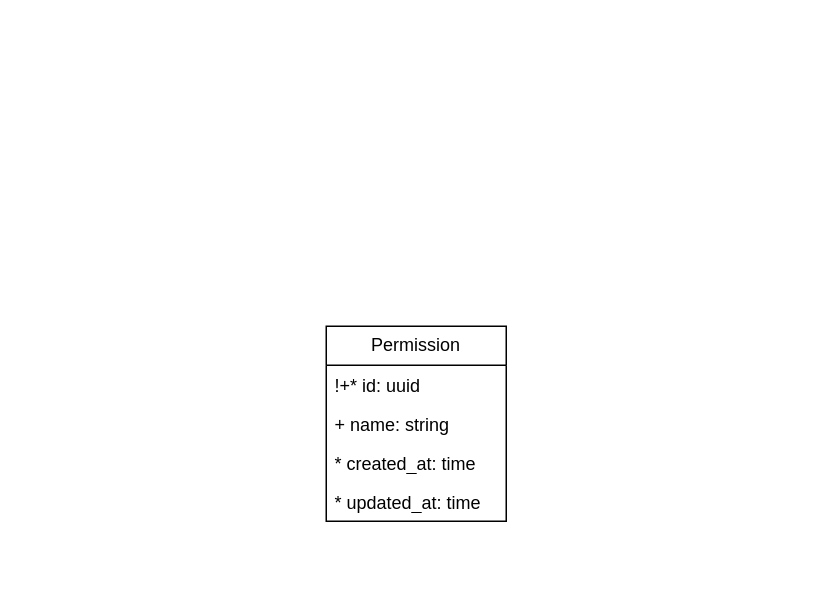
IrusHunter/duckademic keeps this draw.io diagram as page "Auth" (11 of 11) of docs/entity_relationship.drawio. Above is the earlier version. Source tidied: cells renumbered, new cells numbered last; positions are measured from the earlier drawing's top-left corner, leaving out a move shared by most shapes. Both pictures are drawn from the tidied source at 150%, with x=0, y=0 at pixel (326, 326).
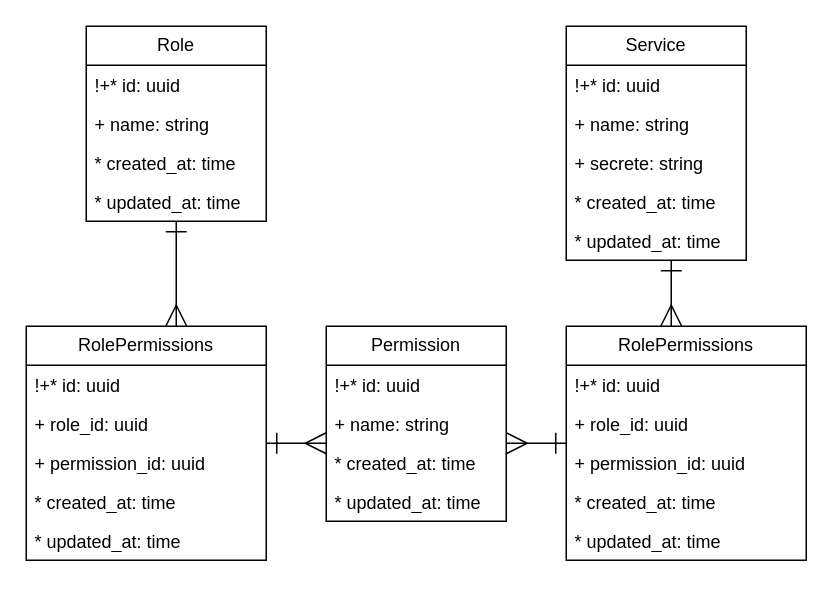
The same page after the edit.

Unchanged cells that the change refers to:
```xml
<mxCell id="2" value="Permission" style="swimlane;fontStyle=0;horizontal=1;startSize=26;fillColor=none;whiteSpace=wrap;html=1;" parent="1" vertex="1">
  <mxGeometry width="120" height="130" as="geometry" />
</mxCell>
```

The edit, as a diff of the source:
```diff
@@
+    <mxCell id="7" value="Service" style="swimlane;fontStyle=0;horizontal=1;startSize=26;fillColor=none;whiteSpace=wrap;html=1;" parent="1" vertex="1">
+      <mxGeometry x="160" y="-200" width="120" height="156" as="geometry" />
+    </mxCell>
+    <mxCell id="8" value="!+* id: uuid" style="text;strokeColor=none;fillColor=none;align=left;verticalAlign=top;spacingLeft=4;spacingRight=4;overflow=hidden;whiteSpace=wrap;html=1;" parent="7" vertex="1">
+      <mxGeometry y="26" width="120" height="26" as="geometry" />
+    </mxCell>
+    <mxCell id="9" value="+ name: string" style="text;strokeColor=none;fillColor=none;align=left;verticalAlign=top;spacingLeft=4;spacingRight=4;overflow=hidden;whiteSpace=wrap;html=1;" parent="7" vertex="1">
+      <mxGeometry y="52" width="120" height="26" as="geometry" />
+    </mxCell>
+    <mxCell id="10" value="+ secrete: string" style="text;strokeColor=none;fillColor=none;align=left;verticalAlign=top;spacingLeft=4;spacingRight=4;overflow=hidden;whiteSpace=wrap;html=1;" parent="7" vertex="1">
+      <mxGeometry y="78" width="120" height="26" as="geometry" />
+    </mxCell>
+    <mxCell id="11" value="* created_at: time" style="text;strokeColor=none;fillColor=none;align=left;verticalAlign=top;spacingLeft=4;spacingRight=4;overflow=hidden;whiteSpace=wrap;html=1;" parent="7" vertex="1">
+      <mxGeometry y="104" width="120" height="26" as="geometry" />
+    </mxCell>
+    <mxCell id="12" value="* updated_at: time" style="text;strokeColor=none;fillColor=none;align=left;verticalAlign=top;spacingLeft=4;spacingRight=4;overflow=hidden;whiteSpace=wrap;html=1;" parent="7" vertex="1">
+      <mxGeometry y="130" width="120" height="26" as="geometry" />
+    </mxCell>
+    <mxCell id="13" value="Role" style="swimlane;fontStyle=0;horizontal=1;startSize=26;fillColor=none;whiteSpace=wrap;html=1;" parent="1" vertex="1">
+      <mxGeometry x="-160" y="-200" width="120" height="130" as="geometry" />
+    </mxCell>
+    <mxCell id="14" value="!+* id: uuid" style="text;strokeColor=none;fillColor=none;align=left;verticalAlign=top;spacingLeft=4;spacingRight=4;overflow=hidden;whiteSpace=wrap;html=1;" parent="13" vertex="1">
+      <mxGeometry y="26" width="120" height="26" as="geometry" />
+    </mxCell>
+    <mxCell id="15" value="+ name: string" style="text;strokeColor=none;fillColor=none;align=left;verticalAlign=top;spacingLeft=4;spacingRight=4;overflow=hidden;whiteSpace=wrap;html=1;" parent="13" vertex="1">
+      <mxGeometry y="52" width="120" height="26" as="geometry" />
+    </mxCell>
+    <mxCell id="16" value="* created_at: time" style="text;strokeColor=none;fillColor=none;align=left;verticalAlign=top;spacingLeft=4;spacingRight=4;overflow=hidden;whiteSpace=wrap;html=1;" parent="13" vertex="1">
+      <mxGeometry y="78" width="120" height="26" as="geometry" />
+    </mxCell>
+    <mxCell id="17" value="* updated_at: time" style="text;strokeColor=none;fillColor=none;align=left;verticalAlign=top;spacingLeft=4;spacingRight=4;overflow=hidden;whiteSpace=wrap;html=1;" parent="13" vertex="1">
+      <mxGeometry y="104" width="120" height="26" as="geometry" />
+    </mxCell>
+    <mxCell id="18" value="RolePermissions" style="swimlane;fontStyle=0;horizontal=1;startSize=26;fillColor=none;whiteSpace=wrap;html=1;" parent="1" vertex="1">
+      <mxGeometry x="-200" width="160" height="156" as="geometry" />
+    </mxCell>
+    <mxCell id="19" value="!+* id: uuid" style="text;strokeColor=none;fillColor=none;align=left;verticalAlign=top;spacingLeft=4;spacingRight=4;overflow=hidden;whiteSpace=wrap;html=1;" parent="18" vertex="1">
+      <mxGeometry y="26" width="160" height="26" as="geometry" />
+    </mxCell>
+    <mxCell id="20" value="+ role_id: uuid" style="text;strokeColor=none;fillColor=none;align=left;verticalAlign=top;spacingLeft=4;spacingRight=4;overflow=hidden;whiteSpace=wrap;html=1;" parent="18" vertex="1">
+      <mxGeometry y="52" width="160" height="26" as="geometry" />
+    </mxCell>
+    <mxCell id="21" value="+ permission_id: uuid" style="text;strokeColor=none;fillColor=none;align=left;verticalAlign=top;spacingLeft=4;spacingRight=4;overflow=hidden;whiteSpace=wrap;html=1;" parent="18" vertex="1">
+      <mxGeometry y="78" width="160" height="26" as="geometry" />
+    </mxCell>
+    <mxCell id="22" value="* created_at: time" style="text;strokeColor=none;fillColor=none;align=left;verticalAlign=top;spacingLeft=4;spacingRight=4;overflow=hidden;whiteSpace=wrap;html=1;" parent="18" vertex="1">
+      <mxGeometry y="104" width="160" height="26" as="geometry" />
+    </mxCell>
+    <mxCell id="23" value="* updated_at: time" style="text;strokeColor=none;fillColor=none;align=left;verticalAlign=top;spacingLeft=4;spacingRight=4;overflow=hidden;whiteSpace=wrap;html=1;" parent="18" vertex="1">
+      <mxGeometry y="130" width="160" height="26" as="geometry" />
+    </mxCell>
+    <mxCell id="24" value="RolePermissions" style="swimlane;fontStyle=0;horizontal=1;startSize=26;fillColor=none;whiteSpace=wrap;html=1;" parent="1" vertex="1">
+      <mxGeometry x="160" width="160" height="156" as="geometry" />
+    </mxCell>
+    <mxCell id="25" value="!+* id: uuid" style="text;strokeColor=none;fillColor=none;align=left;verticalAlign=top;spacingLeft=4;spacingRight=4;overflow=hidden;whiteSpace=wrap;html=1;" parent="24" vertex="1">
+      <mxGeometry y="26" width="160" height="26" as="geometry" />
+    </mxCell>
+    <mxCell id="26" value="+ role_id: uuid" style="text;strokeColor=none;fillColor=none;align=left;verticalAlign=top;spacingLeft=4;spacingRight=4;overflow=hidden;whiteSpace=wrap;html=1;" parent="24" vertex="1">
+      <mxGeometry y="52" width="160" height="26" as="geometry" />
+    </mxCell>
+    <mxCell id="27" value="+ permission_id: uuid" style="text;strokeColor=none;fillColor=none;align=left;verticalAlign=top;spacingLeft=4;spacingRight=4;overflow=hidden;whiteSpace=wrap;html=1;" parent="24" vertex="1">
+      <mxGeometry y="78" width="160" height="26" as="geometry" />
+    </mxCell>
+    <mxCell id="28" value="* created_at: time" style="text;strokeColor=none;fillColor=none;align=left;verticalAlign=top;spacingLeft=4;spacingRight=4;overflow=hidden;whiteSpace=wrap;html=1;" parent="24" vertex="1">
+      <mxGeometry y="104" width="160" height="26" as="geometry" />
+    </mxCell>
+    <mxCell id="29" value="* updated_at: time" style="text;strokeColor=none;fillColor=none;align=left;verticalAlign=top;spacingLeft=4;spacingRight=4;overflow=hidden;whiteSpace=wrap;html=1;" parent="24" vertex="1">
+      <mxGeometry y="130" width="160" height="26" as="geometry" />
+    </mxCell>
+    <mxCell id="30" style="edgeStyle=orthogonalEdgeStyle;html=1;startArrow=ERone;startFill=0;endArrow=ERmany;endFill=0;endSize=12;startSize=12;strokeWidth=1;rounded=0;curved=0;jumpStyle=line;" parent="1" edge="1" source="13" target="18">
+      <mxGeometry relative="1" as="geometry">
+        <Array as="points">
+          <mxPoint x="-100" y="-20" />
+          <mxPoint x="-100" y="-20" />
+        </Array>
+      </mxGeometry>
+    </mxCell>
+    <mxCell id="31" style="edgeStyle=orthogonalEdgeStyle;html=1;startArrow=ERone;startFill=0;endArrow=ERmany;endFill=0;endSize=12;startSize=12;strokeWidth=1;rounded=0;curved=0;jumpStyle=line;" parent="1" edge="1" source="7" target="24">
+      <mxGeometry relative="1" as="geometry">
+        <Array as="points">
+          <mxPoint x="230" y="-10" />
+          <mxPoint x="230" y="-10" />
+        </Array>
+      </mxGeometry>
+    </mxCell>
+    <mxCell id="32" style="edgeStyle=orthogonalEdgeStyle;html=1;startArrow=ERmany;startFill=0;endArrow=ERone;endFill=0;endSize=12;startSize=12;strokeWidth=1;rounded=0;curved=0;jumpStyle=line;" parent="1" edge="1" source="2" target="18">
+      <mxGeometry relative="1" as="geometry">
+        <Array as="points">
+          <mxPoint x="-10" y="78" />
+          <mxPoint x="-10" y="78" />
+        </Array>
+      </mxGeometry>
+    </mxCell>
+    <mxCell id="33" style="edgeStyle=orthogonalEdgeStyle;html=1;startArrow=ERone;startFill=0;endArrow=ERmany;endFill=0;endSize=12;startSize=12;strokeWidth=1;rounded=0;curved=0;jumpStyle=line;" parent="1" edge="1" source="24" target="2">
+      <mxGeometry relative="1" as="geometry">
+        <Array as="points">
+          <mxPoint x="130" y="78" />
+          <mxPoint x="130" y="78" />
+        </Array>
+      </mxGeometry>
+    </mxCell>
```
